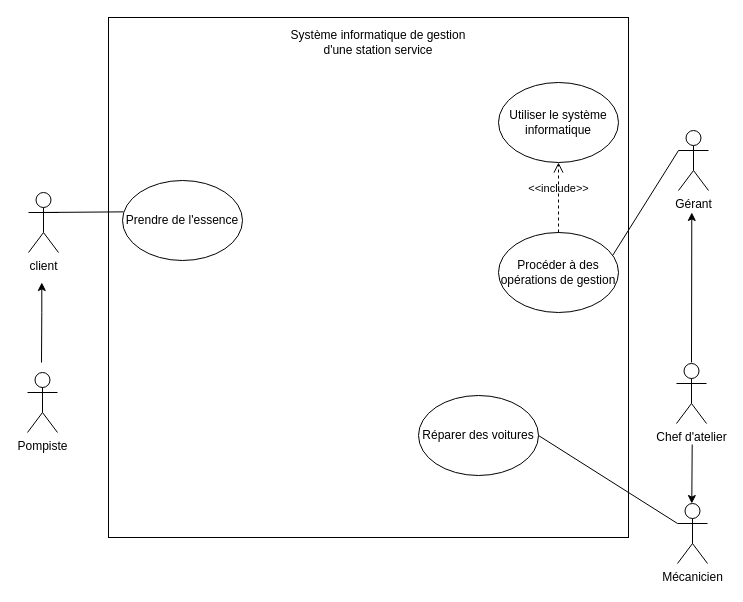
The draw.io diagram uml-diagram.drawio in clairenollet/uml-and-rup, before the edit. Source tidied: cells renumbered, new cells numbered last; positions are measured from the earlier drawing's top-left corner, leaving out a move shared by most shapes. Both pictures are drawn from the tidied source at 100%, with x=0, y=0 at pixel (27, 17).
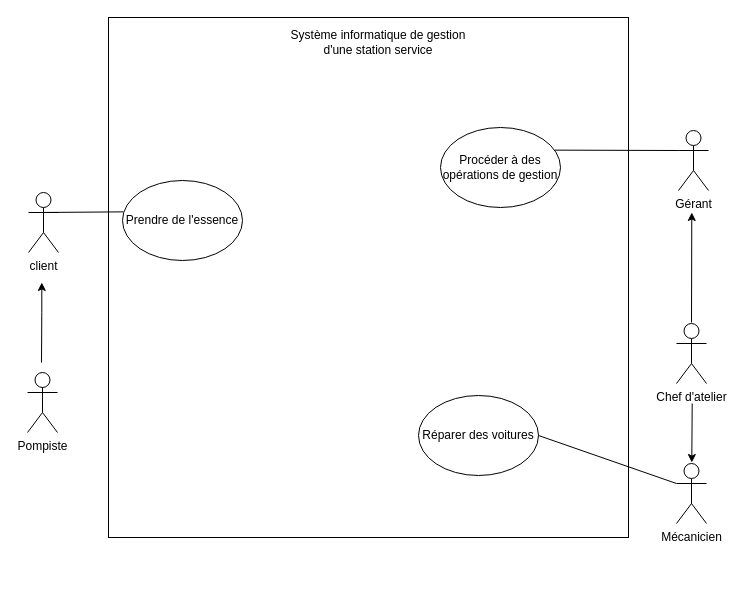
The same diagram, later.

The edit, as a diff of the source:
```diff
@@
-    <mxCell id="9" value="Utiliser le système informatique" style="ellipse;whiteSpace=wrap;html=1;" parent="1" vertex="1">
-      <mxGeometry x="471" y="65" width="120" height="80" as="geometry" />
-    </mxCell>
     <mxCell id="10" value="Procéder à des opérations de gestion" style="ellipse;whiteSpace=wrap;html=1;" parent="1" vertex="1">
-      <mxGeometry x="471" y="215" width="120" height="80" as="geometry" />
+      <mxGeometry x="413" y="110" width="120" height="80" as="geometry" />
     </mxCell>
     <mxCell id="11" value="Chef d'atelier" style="shape=umlActor;verticalLabelPosition=bottom;verticalAlign=top;html=1;" parent="1" vertex="1">
-      <mxGeometry x="649" y="346" width="30" height="60" as="geometry" />
+      <mxGeometry x="649" y="306" width="30" height="60" as="geometry" />
     </mxCell>
     <mxCell id="12" style="endArrow=classic;html=1;rounded=0;" parent="1" edge="1">
       <mxGeometry relative="1" as="geometry">
-        <mxPoint x="664" y="345" as="sourcePoint" />
+        <mxPoint x="664" y="305" as="sourcePoint" />
         <mxPoint x="664.3" y="195" as="targetPoint" />
       </mxGeometry>
     </mxCell>
@@
-    <mxCell id="15" value="&amp;lt;&amp;lt;include&amp;gt;&amp;gt;" style="endArrow=open;startArrow=none;endFill=0;startFill=0;endSize=8;html=1;verticalAlign=bottom;dashed=1;labelBackgroundColor=none;rounded=0;entryX=0.5;entryY=1;entryDx=0;entryDy=0;" parent="1" edge="1" source="10" target="9">
-      <mxGeometry relative="1" as="geometry" />
-    </mxCell>
     <mxCell id="16" style="endArrow=classic;html=1;rounded=0;" parent="1" edge="1">
       <mxGeometry relative="1" as="geometry">
-        <mxPoint x="664.7" y="427" as="sourcePoint" />
-        <mxPoint x="664.3" y="486" as="targetPoint" />
+        <mxPoint x="664.7" y="386" as="sourcePoint" />
+        <mxPoint x="664.3" y="445" as="targetPoint" />
       </mxGeometry>
     </mxCell>
     <mxCell id="17" value="&lt;div&gt;Mécanicien&lt;/div&gt;" style="shape=umlActor;verticalLabelPosition=bottom;verticalAlign=top;html=1;outlineConnect=0;" parent="1" vertex="1">
-      <mxGeometry x="650" y="486" width="30" height="60" as="geometry" />
+      <mxGeometry x="649" y="446" width="30" height="60" as="geometry" />
     </mxCell>
```
